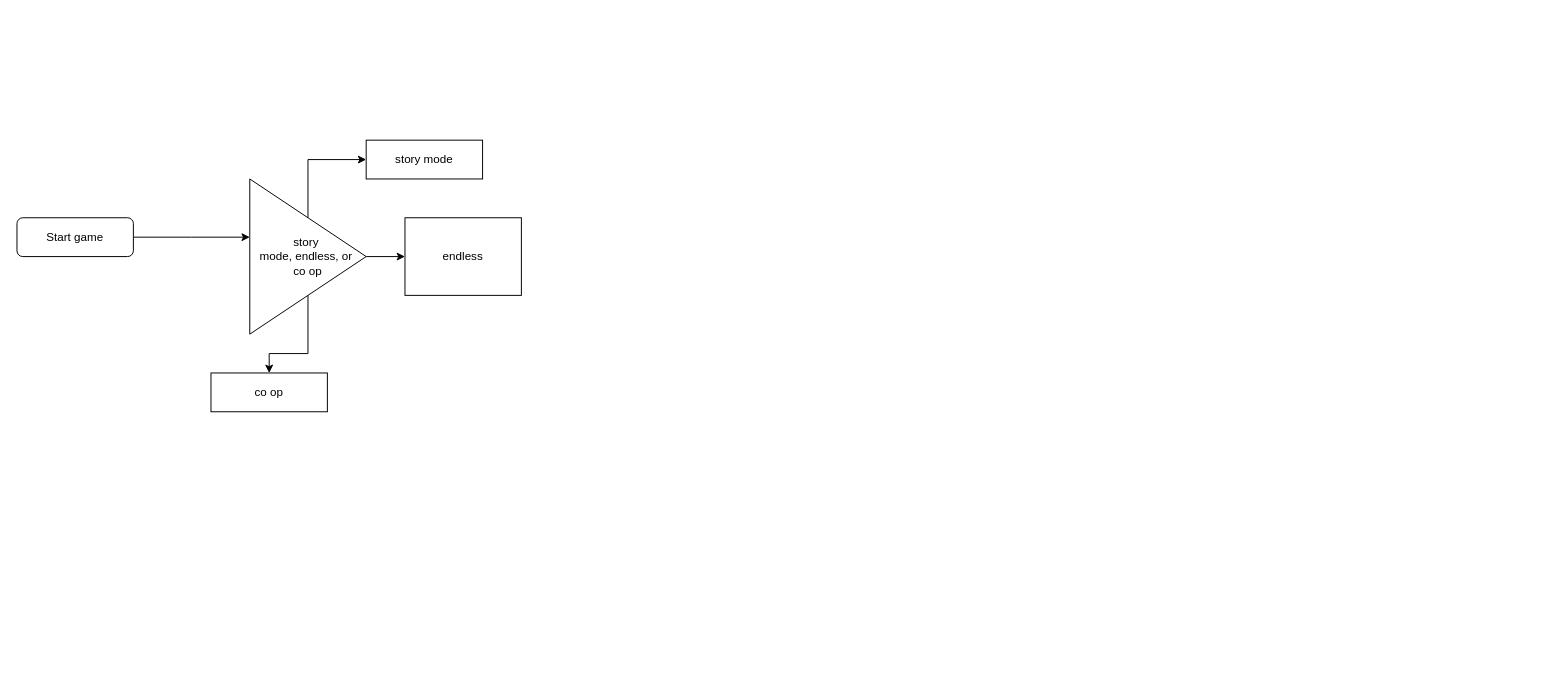
Earlier version of the draw.io diagram Broken Bricks.drawio (BodiIrvine/Broken-Bricks). Source tidied: cells renumbered, new cells numbered last; positions are measured from the earlier drawing's top-left corner, leaving out a move shared by most shapes. Both pictures are drawn from the tidied source at 97%, with x=0, y=0 at pixel (16, 140).
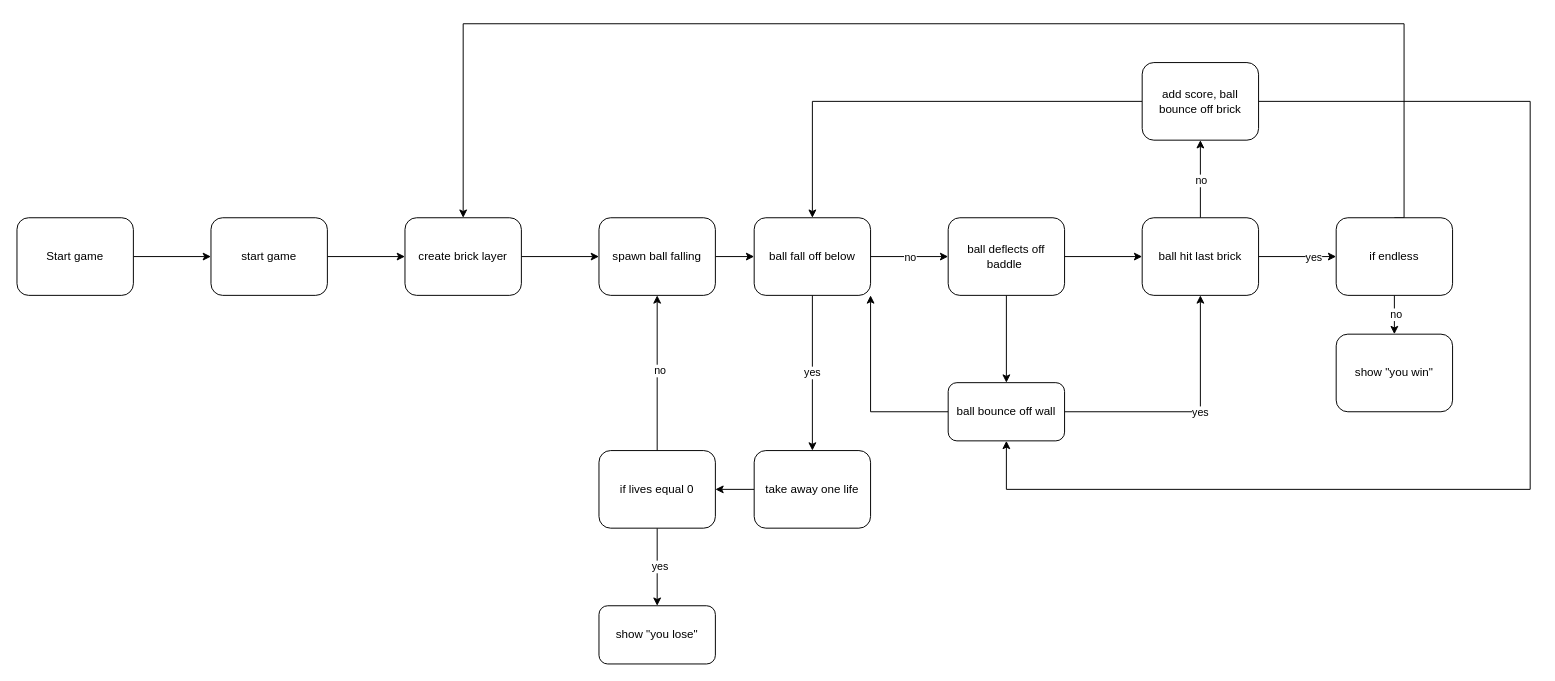
Above is the later version.

Change to the diagram source:
```diff
@@
-    <mxCell id="2" style="edgeStyle=orthogonalEdgeStyle;rounded=0;jettySize=auto;html=1;" parent="1" edge="1" source="3">
-      <mxGeometry relative="1" as="geometry">
-        <mxPoint x="240" y="100" as="targetPoint" />
-      </mxGeometry>
-    </mxCell>
+    <mxCell id="11" style="edgeStyle=orthogonalEdgeStyle;rounded=0;jettySize=auto;html=1;" parent="1" edge="1" source="3" target="13">
+      <mxGeometry relative="1" as="geometry" />
+    </mxCell>
     <mxCell id="3" value="Start game" style="rounded=1;whiteSpace=wrap;html=1;" parent="1" vertex="1">
-      <mxGeometry y="80" width="120" height="40" as="geometry" />
+      <mxGeometry y="80" width="120" height="80" as="geometry" />
     </mxCell>
-    <mxCell id="4" style="edgeStyle=orthogonalEdgeStyle;rounded=0;jettySize=auto;html=1;exitX=0.5;exitY=1;exitDx=0;exitDy=0;entryX=0.5;entryY=0;entryDx=0;entryDy=0;" parent="1" edge="1" source="7" target="10">
-      <mxGeometry relative="1" as="geometry" />
-    </mxCell>
-    <mxCell id="5" style="edgeStyle=orthogonalEdgeStyle;rounded=0;jettySize=auto;html=1;exitX=1;exitY=0.5;exitDx=0;exitDy=0;entryX=0;entryY=0.5;entryDx=0;entryDy=0;" parent="1" edge="1" source="7" target="9">
-      <mxGeometry relative="1" as="geometry" />
-    </mxCell>
-    <mxCell id="6" style="edgeStyle=orthogonalEdgeStyle;rounded=0;jettySize=auto;html=1;exitX=0.5;exitY=0;exitDx=0;exitDy=0;entryX=0;entryY=0.5;entryDx=0;entryDy=0;" parent="1" edge="1" source="7" target="8">
-      <mxGeometry relative="1" as="geometry" />
-    </mxCell>
-    <mxCell id="7" value="story&amp;nbsp;&lt;div&gt;mode, endless, or&amp;nbsp;&lt;div&gt;&lt;span style=&quot;background-color: initial;&quot;&gt;co op&lt;/span&gt;&lt;/div&gt;&lt;/div&gt;" style="triangle;whiteSpace=wrap;html=1;" parent="1" vertex="1">
-      <mxGeometry x="240" y="40" width="120" height="160" as="geometry" />
-    </mxCell>
-    <mxCell id="8" value="story mode" style="rounded=0;whiteSpace=wrap;html=1;" parent="1" vertex="1">
-      <mxGeometry x="360" width="120" height="40" as="geometry" />
-    </mxCell>
-    <mxCell id="9" value="endless" style="rounded=0;whiteSpace=wrap;html=1;" parent="1" vertex="1">
-      <mxGeometry x="400" y="80" width="120" height="80" as="geometry" />
-    </mxCell>
-    <mxCell id="10" value="co op" style="rounded=0;whiteSpace=wrap;html=1;" parent="1" vertex="1">
-      <mxGeometry x="200" y="240" width="120" height="40" as="geometry" />
-    </mxCell>
+    <mxCell id="12" style="edgeStyle=orthogonalEdgeStyle;rounded=0;jettySize=auto;html=1;" parent="1" edge="1" source="13" target="15">
+      <mxGeometry relative="1" as="geometry" />
+    </mxCell>
+    <mxCell id="13" value="start game" style="whiteSpace=wrap;html=1;rounded=1;" parent="1" vertex="1">
+      <mxGeometry x="200" y="80" width="120" height="80" as="geometry" />
+    </mxCell>
+    <mxCell id="14" style="edgeStyle=orthogonalEdgeStyle;rounded=0;jettySize=auto;html=1;" parent="1" edge="1" source="15" target="24">
+      <mxGeometry relative="1" as="geometry" />
+    </mxCell>
+    <mxCell id="15" value="create brick layer" style="whiteSpace=wrap;html=1;rounded=1;" parent="1" vertex="1">
+      <mxGeometry x="400" y="80" width="120" height="80" as="geometry" />
+    </mxCell>
+    <mxCell id="16" style="edgeStyle=orthogonalEdgeStyle;rounded=0;jettySize=auto;html=1;exitX=1;exitY=0.5;exitDx=0;exitDy=0;" parent="1" edge="1" source="19" target="22">
+      <mxGeometry relative="1" as="geometry" />
+    </mxCell>
+    <mxCell id="17" value="no" style="edgeLabel;html=1;align=center;verticalAlign=middle;" parent="16" vertex="1">
+      <mxGeometry x="0.15" relative="1" as="geometry">
+        <mxPoint x="-6" as="offset" />
+      </mxGeometry>
+    </mxCell>
+    <mxCell id="18" value="yes" style="edgeStyle=orthogonalEdgeStyle;rounded=0;jettySize=auto;html=1;" parent="1" edge="1" source="19" target="26">
+      <mxGeometry relative="1" as="geometry" />
+    </mxCell>
+    <mxCell id="19" value="ball fall off below" style="whiteSpace=wrap;html=1;rounded=1;" parent="1" vertex="1">
+      <mxGeometry x="760" y="80" width="120" height="80" as="geometry" />
+    </mxCell>
+    <mxCell id="20" style="edgeStyle=orthogonalEdgeStyle;rounded=0;jettySize=auto;html=1;" parent="1" edge="1" source="22" target="31">
+      <mxGeometry relative="1" as="geometry" />
+    </mxCell>
+    <mxCell id="21" style="edgeStyle=orthogonalEdgeStyle;rounded=0;jettySize=auto;html=1;" parent="1" edge="1" source="22" target="38">
+      <mxGeometry relative="1" as="geometry" />
+    </mxCell>
+    <mxCell id="22" value="ball deflects off baddle&amp;nbsp;" style="whiteSpace=wrap;html=1;rounded=1;" parent="1" vertex="1">
+      <mxGeometry x="960" y="80" width="120" height="80" as="geometry" />
+    </mxCell>
+    <mxCell id="23" style="edgeStyle=orthogonalEdgeStyle;rounded=0;jettySize=auto;html=1;entryX=0;entryY=0.5;entryDx=0;entryDy=0;" parent="1" edge="1" source="24" target="19">
+      <mxGeometry relative="1" as="geometry" />
+    </mxCell>
+    <mxCell id="24" value="spawn ball falling" style="whiteSpace=wrap;html=1;rounded=1;" parent="1" vertex="1">
+      <mxGeometry x="600" y="80" width="120" height="80" as="geometry" />
+    </mxCell>
+    <mxCell id="25" style="edgeStyle=orthogonalEdgeStyle;rounded=0;jettySize=auto;html=1;" parent="1" edge="1" source="26" target="47">
+      <mxGeometry relative="1" as="geometry" />
+    </mxCell>
+    <mxCell id="26" value="take away one life" style="whiteSpace=wrap;html=1;rounded=1;" parent="1" vertex="1">
+      <mxGeometry x="760" y="320" width="120" height="80" as="geometry" />
+    </mxCell>
+    <mxCell id="27" style="edgeStyle=orthogonalEdgeStyle;rounded=0;jettySize=auto;html=1;" parent="1" edge="1" source="31">
+      <mxGeometry relative="1" as="geometry">
+        <mxPoint x="1220" as="targetPoint" />
+      </mxGeometry>
+    </mxCell>
+    <mxCell id="28" value="no" style="edgeLabel;html=1;align=center;verticalAlign=middle;" parent="27" vertex="1">
+      <mxGeometry x="-0.03" relative="1" as="geometry" />
+    </mxCell>
+    <mxCell id="29" style="edgeStyle=orthogonalEdgeStyle;rounded=0;jettySize=auto;html=1;" parent="1" edge="1" source="31" target="42">
+      <mxGeometry relative="1" as="geometry" />
+    </mxCell>
+    <mxCell id="30" value="yes" style="edgeLabel;html=1;align=center;verticalAlign=middle;" parent="29" vertex="1">
+      <mxGeometry x="-0.17" relative="1" as="geometry">
+        <mxPoint x="23" as="offset" />
+      </mxGeometry>
+    </mxCell>
+    <mxCell id="31" value="ball hit last brick" style="whiteSpace=wrap;html=1;rounded=1;" parent="1" vertex="1">
+      <mxGeometry x="1160" y="80" width="120" height="80" as="geometry" />
+    </mxCell>
+    <mxCell id="32" style="edgeStyle=orthogonalEdgeStyle;rounded=0;jettySize=auto;html=1;exitX=1;exitY=0.5;exitDx=0;exitDy=0;entryX=0.5;entryY=1;entryDx=0;entryDy=0;" parent="1" edge="1" source="34" target="38">
+      <mxGeometry relative="1" as="geometry">
+        <Array as="points">
+          <mxPoint x="1560" y="-40" />
+          <mxPoint x="1560" y="360" />
+          <mxPoint x="1020" y="360" />
+        </Array>
+      </mxGeometry>
+    </mxCell>
+    <mxCell id="33" style="edgeStyle=orthogonalEdgeStyle;rounded=0;jettySize=auto;html=1;exitX=0;exitY=0.5;exitDx=0;exitDy=0;entryX=0.5;entryY=0;entryDx=0;entryDy=0;" parent="1" edge="1" source="34" target="19">
+      <mxGeometry relative="1" as="geometry" />
+    </mxCell>
+    <mxCell id="34" value="add score, ball bounce off brick" style="rounded=1;whiteSpace=wrap;html=1;" parent="1" vertex="1">
+      <mxGeometry x="1160" y="-80" width="120" height="80" as="geometry" />
+    </mxCell>
+    <mxCell id="35" style="edgeStyle=orthogonalEdgeStyle;rounded=0;jettySize=auto;html=1;entryX=0.5;entryY=1;entryDx=0;entryDy=0;" parent="1" edge="1" source="38" target="31">
+      <mxGeometry relative="1" as="geometry" />
+    </mxCell>
+    <mxCell id="36" value="yes" style="edgeLabel;html=1;align=center;verticalAlign=middle;" parent="35" vertex="1">
+      <mxGeometry x="-0.42" y="-1" relative="1" as="geometry">
+        <mxPoint x="64" y="-1" as="offset" />
+      </mxGeometry>
+    </mxCell>
+    <mxCell id="37" style="edgeStyle=orthogonalEdgeStyle;rounded=0;jettySize=auto;html=1;exitX=0;exitY=0.5;exitDx=0;exitDy=0;entryX=1;entryY=1;entryDx=0;entryDy=0;" parent="1" edge="1" source="38" target="19">
+      <mxGeometry relative="1" as="geometry" />
+    </mxCell>
+    <mxCell id="38" value="ball bounce off wall" style="whiteSpace=wrap;html=1;rounded=1;" parent="1" vertex="1">
+      <mxGeometry x="960" y="250" width="120" height="60" as="geometry" />
+    </mxCell>
+    <mxCell id="39" style="edgeStyle=orthogonalEdgeStyle;rounded=0;jettySize=auto;html=1;exitX=0.5;exitY=0;exitDx=0;exitDy=0;entryX=0.5;entryY=0;entryDx=0;entryDy=0;" parent="1" edge="1" source="42" target="15">
+      <mxGeometry relative="1" as="geometry">
+        <Array as="points">
+          <mxPoint x="1430" y="80" />
+          <mxPoint x="1430" y="-120" />
+          <mxPoint x="460" y="-120" />
+        </Array>
+      </mxGeometry>
+    </mxCell>
+    <mxCell id="40" style="edgeStyle=orthogonalEdgeStyle;rounded=0;jettySize=auto;html=1;" parent="1" edge="1" source="42" target="49">
+      <mxGeometry relative="1" as="geometry" />
+    </mxCell>
+    <mxCell id="41" value="no" style="edgeLabel;html=1;align=center;verticalAlign=middle;" parent="40" vertex="1">
+      <mxGeometry x="-0.05" y="1" relative="1" as="geometry" />
+    </mxCell>
+    <mxCell id="42" value="if endless" style="whiteSpace=wrap;html=1;rounded=1;" parent="1" vertex="1">
+      <mxGeometry x="1360" y="80" width="120" height="80" as="geometry" />
+    </mxCell>
+    <mxCell id="43" style="edgeStyle=orthogonalEdgeStyle;rounded=0;jettySize=auto;html=1;" parent="1" edge="1" source="47" target="48">
+      <mxGeometry relative="1" as="geometry" />
+    </mxCell>
+    <mxCell id="44" value="yes" style="edgeLabel;html=1;align=center;verticalAlign=middle;" parent="43" vertex="1">
+      <mxGeometry x="-0.03" y="2" relative="1" as="geometry" />
+    </mxCell>
+    <mxCell id="45" style="edgeStyle=orthogonalEdgeStyle;rounded=0;jettySize=auto;html=1;entryX=0.5;entryY=1;entryDx=0;entryDy=0;" parent="1" edge="1" source="47" target="24">
+      <mxGeometry relative="1" as="geometry" />
+    </mxCell>
+    <mxCell id="46" value="no" style="edgeLabel;html=1;align=center;verticalAlign=middle;" parent="45" vertex="1">
+      <mxGeometry x="0.04" y="-2" relative="1" as="geometry" />
+    </mxCell>
+    <mxCell id="47" value="if lives equal 0" style="whiteSpace=wrap;html=1;rounded=1;" parent="1" vertex="1">
+      <mxGeometry x="600" y="320" width="120" height="80" as="geometry" />
+    </mxCell>
+    <mxCell id="48" value="show &quot;you lose&quot;" style="whiteSpace=wrap;html=1;rounded=1;" parent="1" vertex="1">
+      <mxGeometry x="600" y="480" width="120" height="60" as="geometry" />
+    </mxCell>
+    <mxCell id="49" value="show &quot;you win&quot;" style="whiteSpace=wrap;html=1;rounded=1;" parent="1" vertex="1">
+      <mxGeometry x="1360" y="200" width="120" height="80" as="geometry" />
+    </mxCell>
```
